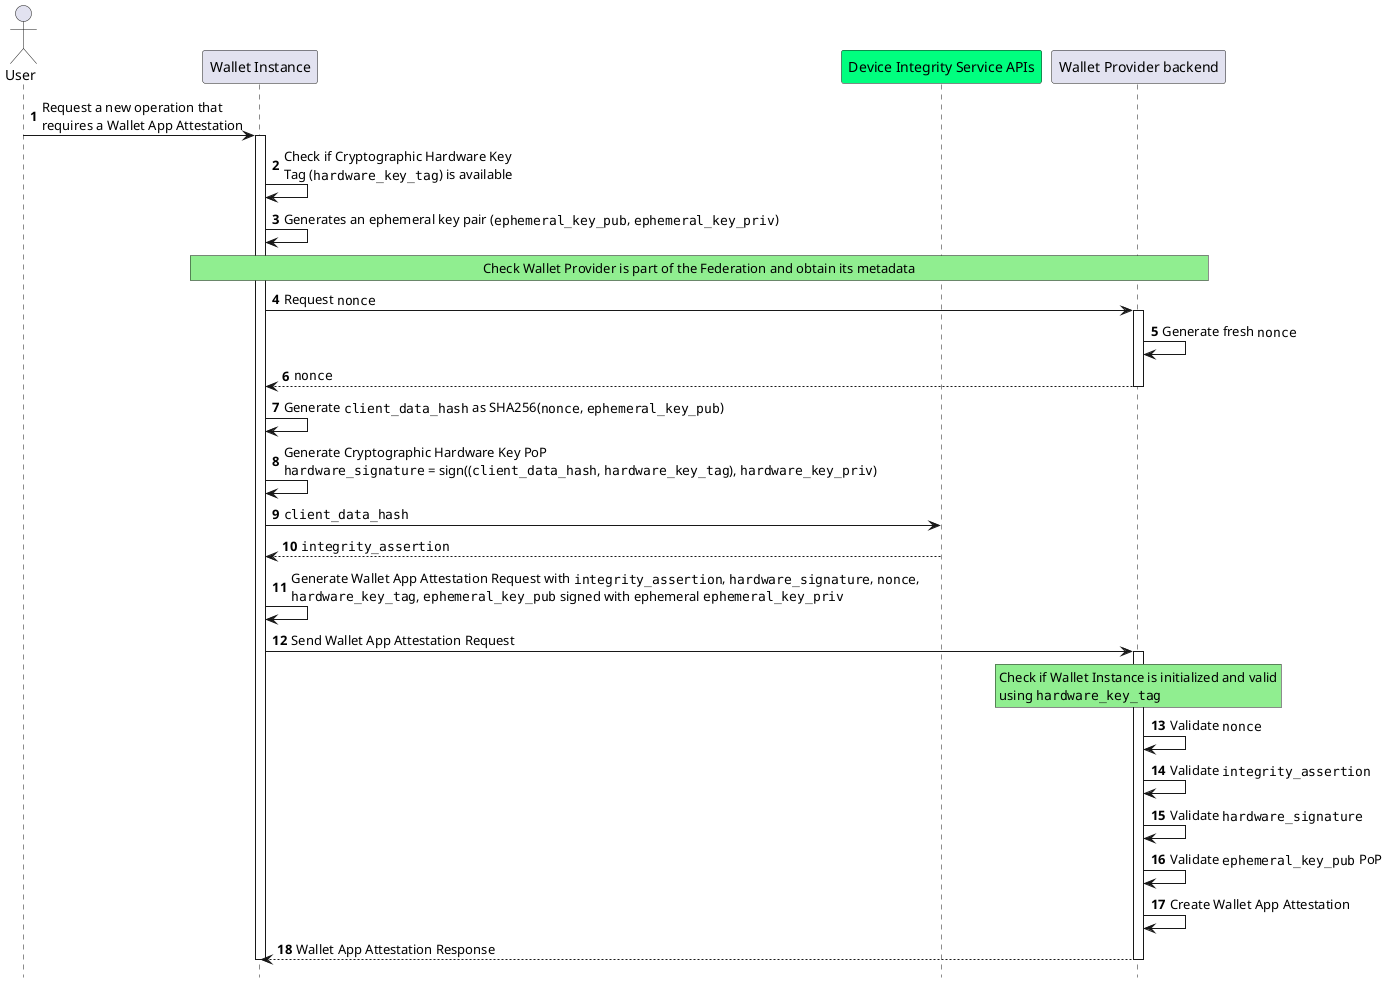
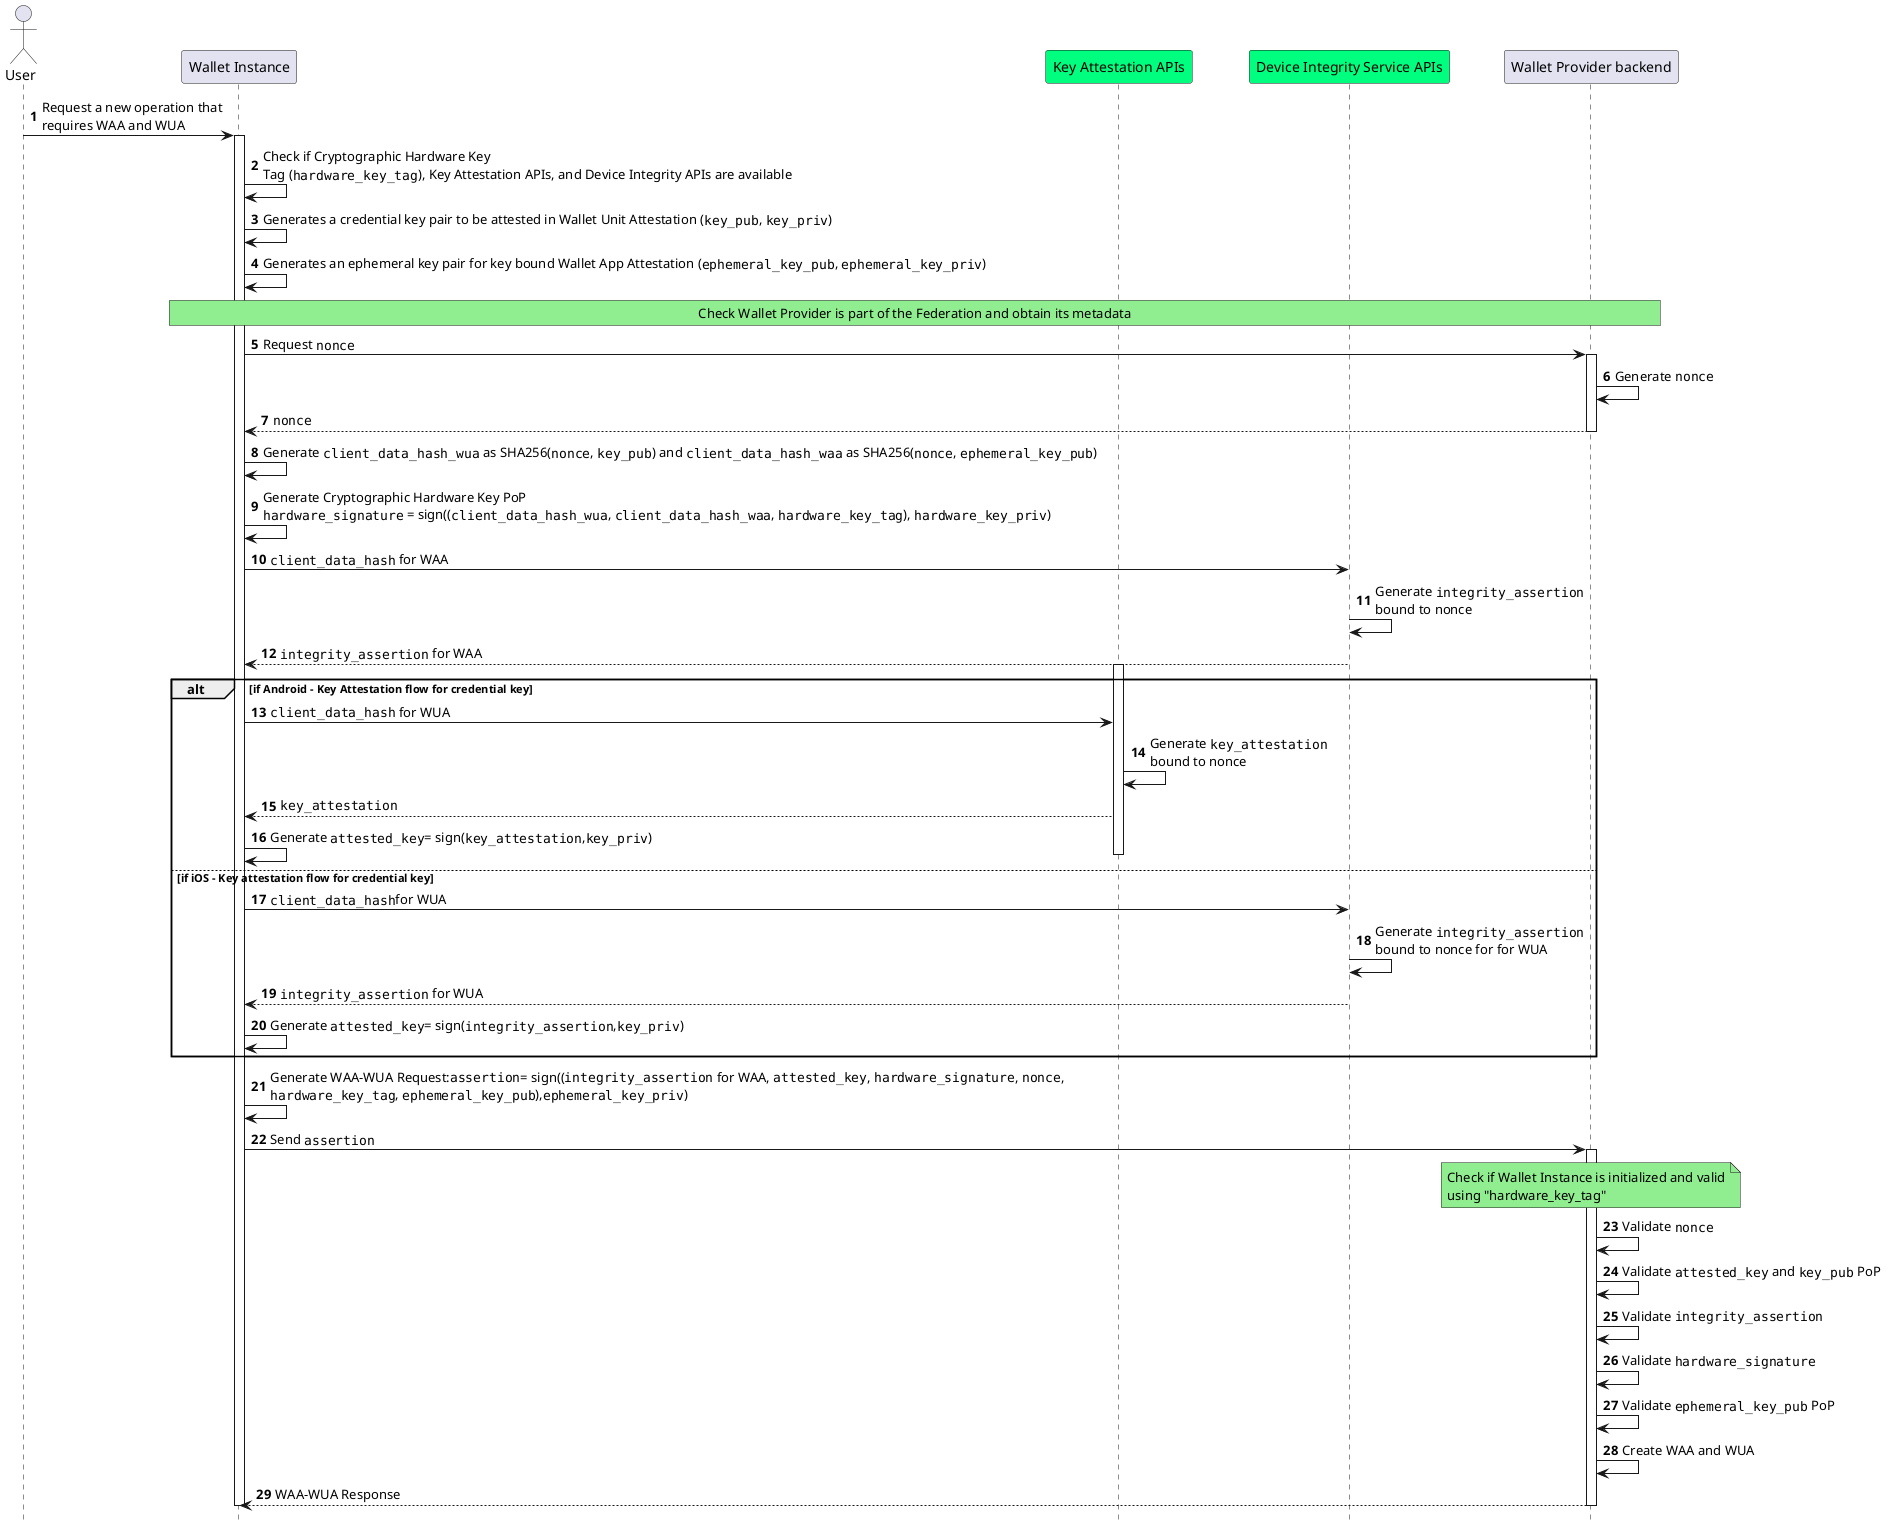
- @startuml Wallet App Attestation Issuance
+ @startuml Wallet App and Wallet Unit Attestations Issuance
autonumber
hide footbox
- 'participant

+ 'Participants
actor "User" as user
participant "Wallet Instance" as app
+ participant "Key Attestation APIs" as kats #springgreen
participant "Device Integrity Service APIs" as aats #springgreen
participant "Wallet Provider backend" as bck

- 
- user->app: Request a new operation that\nrequires a Wallet App Attestation
+ user->app: Request a new operation that\nrequires WAA and WUA
activate app

- app->app: Check if Cryptographic Hardware Key \nTag (""hardware_key_tag"") is available
+ app->app: Check if Cryptographic Hardware Key \nTag (""hardware_key_tag""), Key Attestation APIs, and Device Integrity APIs are available

- 
- app->app: Generates an ephemeral key pair (""ephemeral_key_pub"", ""ephemeral_key_priv"")
+ app->app: Generates a credential key pair to be attested in Wallet Unit Attestation (""key_pub"", ""key_priv"")
+ app->app: Generates an ephemeral key pair for key bound Wallet App Attestation (""ephemeral_key_pub"", ""ephemeral_key_priv"")

rnote over app,bck #LIGHTGREEN
Check Wallet Provider is part of the Federation and obtain its metadata
endrnote

- 
app->bck: Request ""nonce""
activate bck

- bck->bck: Generate fresh ""nonce""
+ bck->bck: Generate ""nonce""

bck-->app: ""nonce""
deactivate bck


- app->app: Generate ""client_data_hash"" as SHA256(""nonce"", ""ephemeral_key_pub"")
+ app->app: Generate ""client_data_hash_wua"" as SHA256(""nonce"", ""key_pub"") and ""client_data_hash_waa"" as SHA256(""nonce"", ""ephemeral_key_pub"")

- app->app: Generate Cryptographic Hardware Key PoP\n""hardware_signature"" = sign((""client_data_hash"", ""hardware_key_tag""), ""hardware_key_priv"")
+ app->app: Generate Cryptographic Hardware Key PoP\n""hardware_signature"" = sign((""client_data_hash_wua"", ""client_data_hash_waa"", ""hardware_key_tag""), ""hardware_key_priv"")

- app->aats: ""client_data_hash""
- aats-->app: ""integrity_assertion""
+ app->aats: ""client_data_hash"" for WAA
+ aats->aats: Generate ""integrity_assertion""\nbound to nonce
+ aats-->app: ""integrity_assertion"" for WAA

- app->app: Generate Wallet App Attestation Request with ""integrity_assertion"", ""hardware_signature"", ""nonce"",\n""hardware_key_tag"", ""ephemeral_key_pub"" signed with ephemeral ""ephemeral_key_priv""
- app->bck: Send Wallet App Attestation Request
+ alt if Android - Key Attestation flow for credential key
+ 
+ activate kats
+ 
+ app->kats: ""client_data_hash"" for WUA
+ 
+ kats->kats: Generate ""key_attestation""\nbound to nonce
+ 
+ kats-->app: ""key_attestation""
+ app->app : Generate ""attested_key""= sign(""key_attestation"",""key_priv"")
+ 
+ deactivate kats
+ 
+ else if iOS - Key attestation flow for credential key
+ 
+ app->aats: ""client_data_hash""for WUA
+ aats->aats: Generate ""integrity_assertion""\nbound to nonce for for WUA
+ aats-->app: ""integrity_assertion"" for WUA
+ app->app : Generate ""attested_key""= sign(""integrity_assertion"",""key_priv"")
+ end
+ 
+ 
+ app->app: Generate WAA-WUA Request:""assertion""= sign((""integrity_assertion"" for WAA, ""attested_key"", ""hardware_signature"", ""nonce"",\n""hardware_key_tag"", ""ephemeral_key_pub""),""ephemeral_key_priv"")
+ app->bck: Send ""assertion""
activate bck
- rnote over bck,bck #LIGHTGREEN
+ Note over bck, bck #LIGHTGREEN
Check if Wallet Instance is initialized and valid
- using ""hardware_key_tag""
- endrnote
+ using "hardware_key_tag"
+ End note
+ 
bck->bck: Validate ""nonce""
+ bck->bck: Validate ""attested_key"" and ""key_pub"" PoP
bck->bck: Validate ""integrity_assertion""
bck->bck: Validate ""hardware_signature""
bck->bck: Validate ""ephemeral_key_pub"" PoP
- bck->bck: Create Wallet App Attestation
- bck-->app: Wallet App Attestation Response
+ bck->bck: Create WAA and WUA
+ 
+ 
+ bck-->app: WAA-WUA Response
+ 
deactivate bck
- 
deactivate app
@enduml